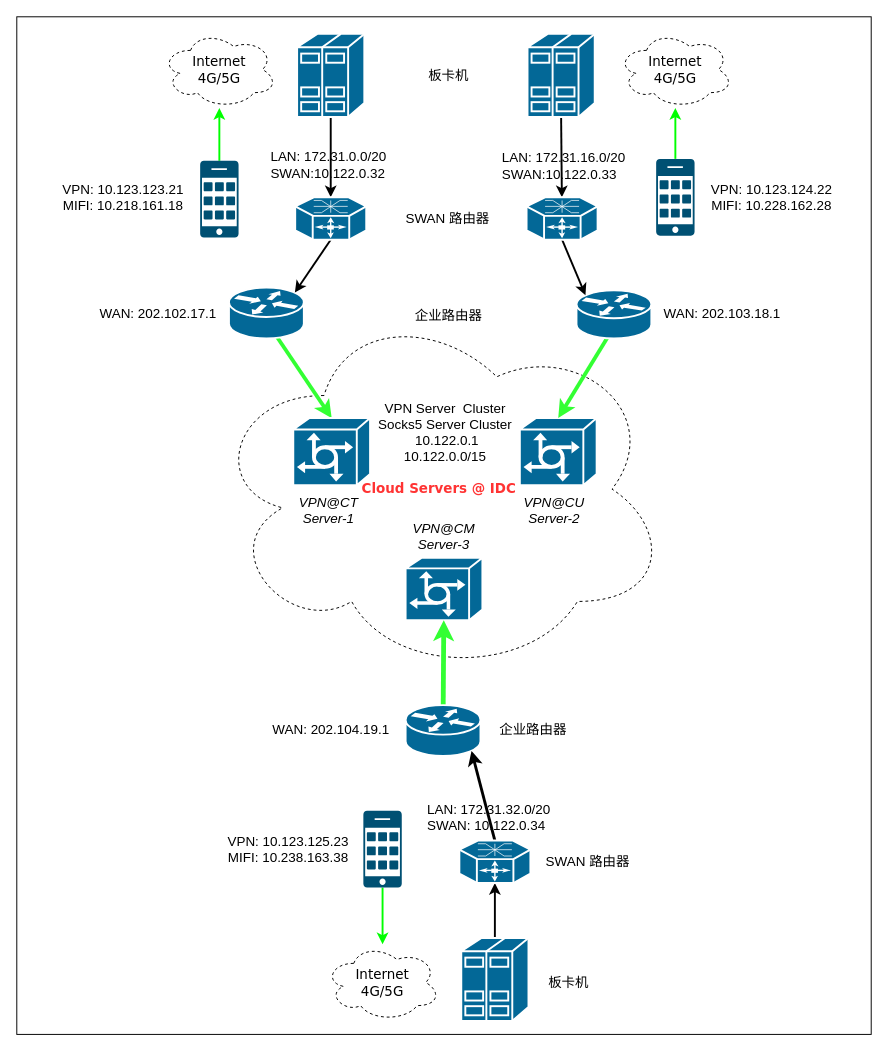
Above: Untitled Diagram.drawio in nxtreaming/andy_study (draw.io), before the change. Source tidied: cells renumbered, new cells numbered last; positions are measured from the earlier drawing's top-left corner, leaving out a move shared by most shapes. Both pictures are drawn from the tidied source at 96%, with x=0, y=0 at pixel (16, 16).
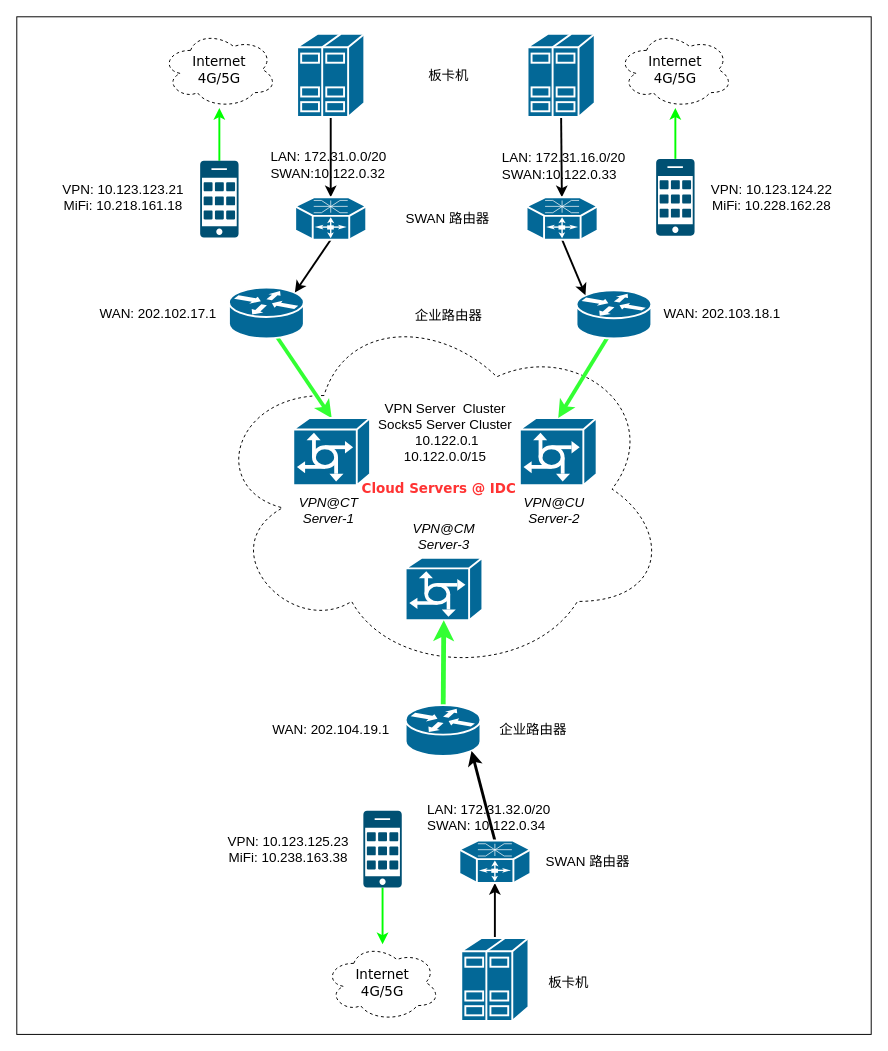
The same diagram, later.

Change to the diagram source:
```diff
@@
-    <mxCell id="39" value="&lt;font style=&quot;font-size: 14px;&quot;&gt;VPN: 10.123.123.21&lt;br&gt;MIFI:&amp;nbsp;10.218.161.18&lt;br&gt;&lt;/font&gt;" style="text;strokeColor=none;align=center;fillColor=none;html=1;verticalAlign=middle;whiteSpace=wrap;rounded=0;" parent="1" vertex="1">
+    <mxCell id="39" value="&lt;font style=&quot;font-size: 14px;&quot;&gt;VPN: 10.123.123.21&lt;br&gt;MiFi:&amp;nbsp;10.218.161.18&lt;br&gt;&lt;/font&gt;" style="text;strokeColor=none;align=center;fillColor=none;html=1;verticalAlign=middle;whiteSpace=wrap;rounded=0;" parent="1" vertex="1">
       <mxGeometry x="40" y="163" width="142" height="50" as="geometry" />
     </mxCell>
-    <mxCell id="40" value="&lt;font style=&quot;font-size: 14px;&quot;&gt;VPN: 10.123.124.22&lt;br&gt;MIFI:&amp;nbsp;10.228.162.28&lt;br&gt;&lt;/font&gt;" style="text;strokeColor=none;align=center;fillColor=none;html=1;verticalAlign=middle;whiteSpace=wrap;rounded=0;" parent="1" vertex="1">
+    <mxCell id="40" value="&lt;font style=&quot;font-size: 14px;&quot;&gt;VPN: 10.123.124.22&lt;br&gt;MiFi:&amp;nbsp;10.228.162.28&lt;br&gt;&lt;/font&gt;" style="text;strokeColor=none;align=center;fillColor=none;html=1;verticalAlign=middle;whiteSpace=wrap;rounded=0;" parent="1" vertex="1">
       <mxGeometry x="713" y="163" width="147" height="50" as="geometry" />
     </mxCell>
-    <mxCell id="41" value="&lt;font style=&quot;font-size: 14px;&quot;&gt;VPN: 10.123.125.23&lt;br&gt;MIFI: 10.238.163.38&lt;br&gt;&lt;/font&gt;" style="text;strokeColor=none;align=center;fillColor=none;html=1;verticalAlign=middle;whiteSpace=wrap;rounded=0;" parent="1" vertex="1">
+    <mxCell id="41" value="&lt;font style=&quot;font-size: 14px;&quot;&gt;VPN: 10.123.125.23&lt;br&gt;MiFi: 10.238.163.38&lt;br&gt;&lt;/font&gt;" style="text;strokeColor=none;align=center;fillColor=none;html=1;verticalAlign=middle;whiteSpace=wrap;rounded=0;" parent="1" vertex="1">
       <mxGeometry x="211" y="841.7" width="144" height="50.9" as="geometry" />
     </mxCell>
```
